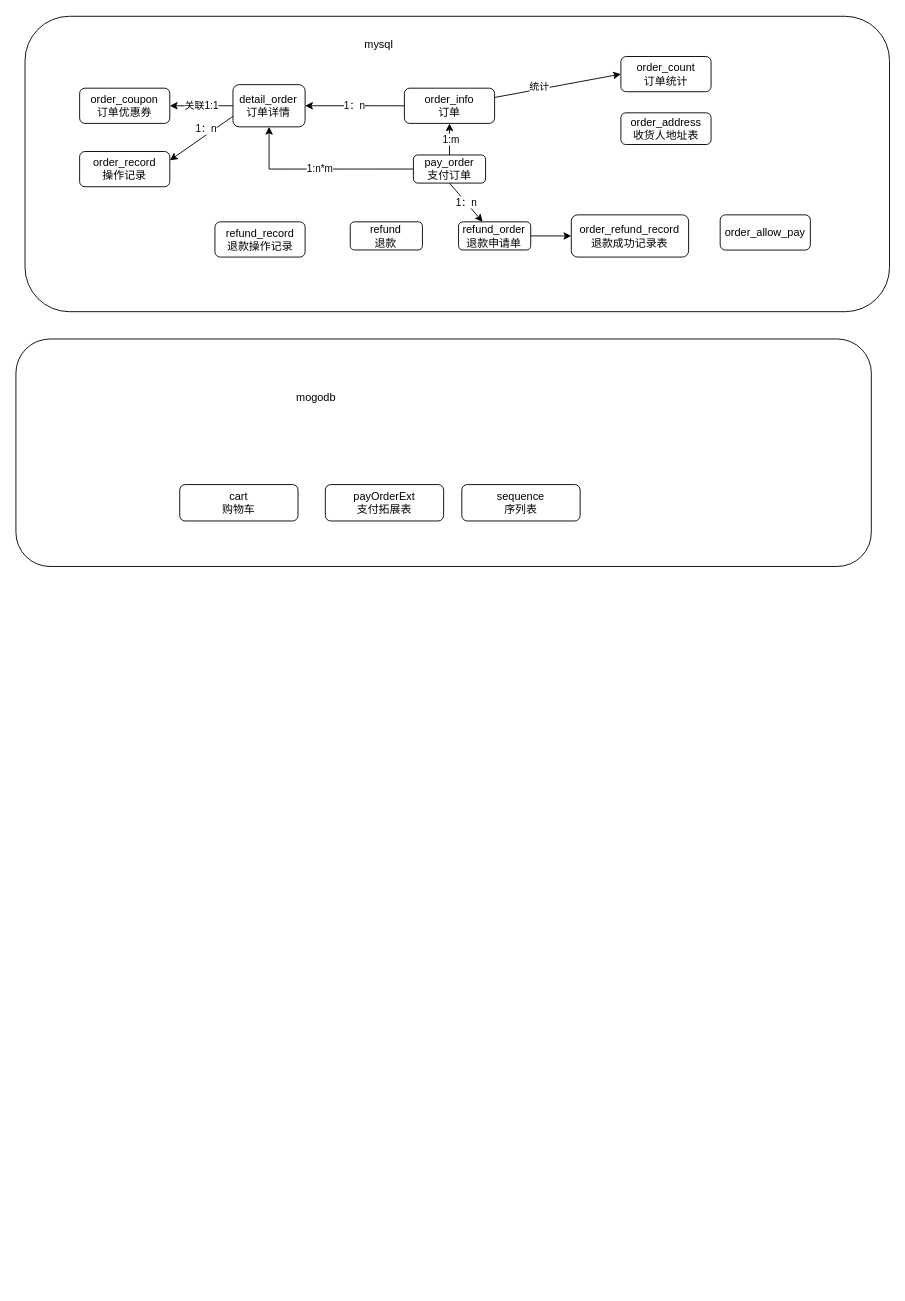
This is work/order-center.drawio from yoghurt326/Myprocess, a draw.io file, before an edit. Source tidied: cells renumbered, new cells numbered last; positions are measured from the earlier drawing's top-left corner, leaving out a move shared by most shapes. Both pictures are drawn from the tidied source at 91%, with x=0, y=0 at pixel (15, 15).
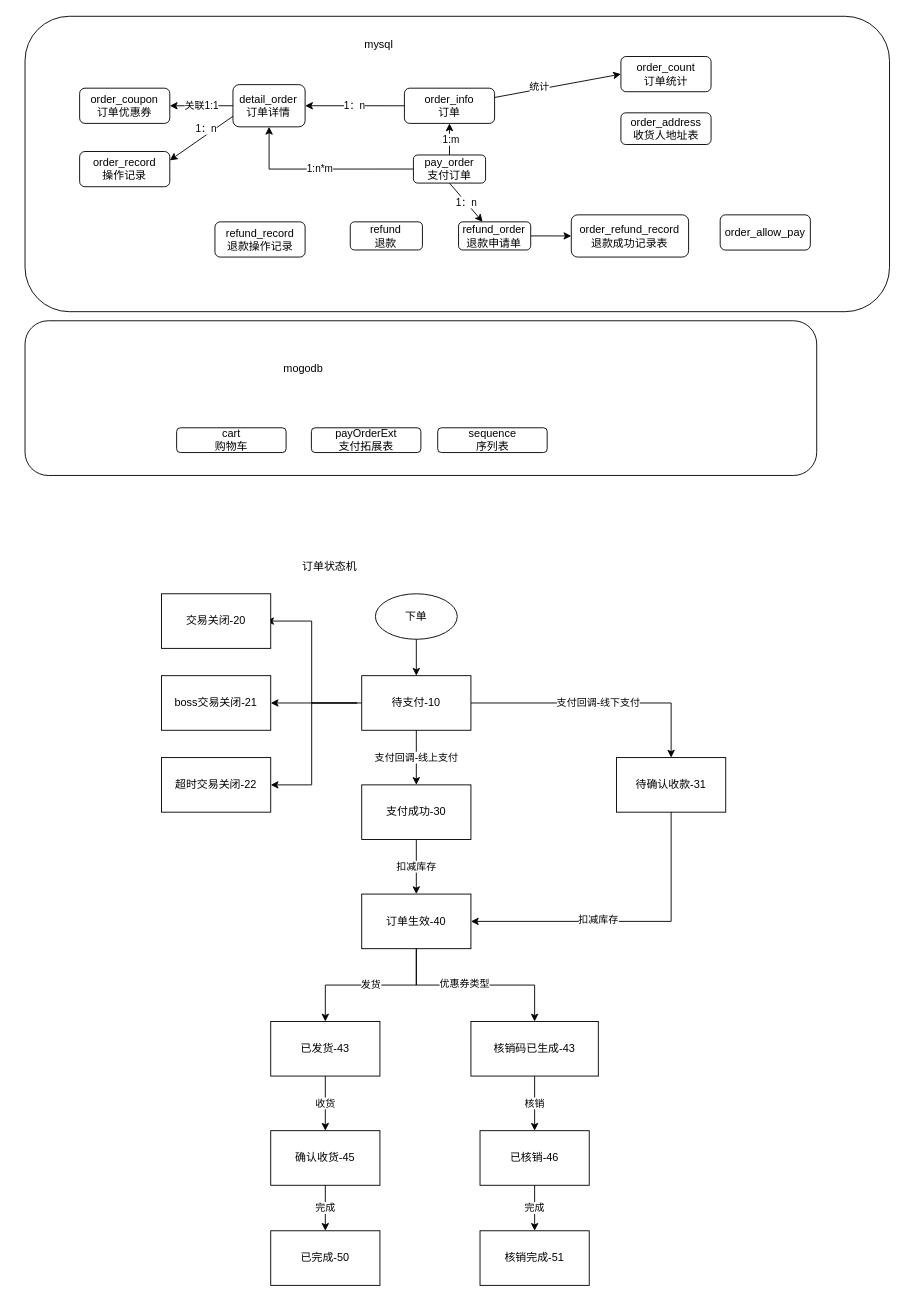
The same page after the edit.

What changed in the source:
```diff
@@
-    <mxCell id="2" style="rounded=1;whiteSpace=wrap;html=1;" parent="1" vertex="1">
-      <mxGeometry y="355" width="940" height="250" as="geometry" />
-    </mxCell>
@@
+    <mxCell id="33" style="group;" parent="1" vertex="1">
+      <mxGeometry x="10" y="335" width="870" height="170" as="geometry" />
+    </mxCell>
+    <mxCell id="2" style="rounded=1;whiteSpace=wrap;html=1;" parent="33" vertex="1">
+      <mxGeometry width="870" height="170" as="geometry" />
+    </mxCell>
-    <mxCell id="29" value="cart&lt;br&gt;购物车" style="rounded=1;whiteSpace=wrap;html=1;" parent="1" vertex="1">
-      <mxGeometry x="180" y="515" width="130" height="40" as="geometry" />
+    <mxCell id="29" value="cart&lt;br&gt;购物车" style="rounded=1;whiteSpace=wrap;html=1;" parent="33" vertex="1">
+      <mxGeometry x="166.6" y="117.6" width="120.3" height="27.2" as="geometry" />
     </mxCell>
-    <mxCell id="30" value="payOrderExt&lt;br&gt;支付拓展表" style="rounded=1;whiteSpace=wrap;html=1;" parent="1" vertex="1">
-      <mxGeometry x="340" y="515" width="130" height="40" as="geometry" />
+    <mxCell id="30" value="payOrderExt&lt;br&gt;支付拓展表" style="rounded=1;whiteSpace=wrap;html=1;" parent="33" vertex="1">
+      <mxGeometry x="314.7" y="117.6" width="120.3" height="27.2" as="geometry" />
     </mxCell>
-    <mxCell id="31" value="sequence&lt;br&gt;序列表" style="rounded=1;whiteSpace=wrap;html=1;" parent="1" vertex="1">
-      <mxGeometry x="490" y="515" width="130" height="40" as="geometry" />
+    <mxCell id="31" value="sequence&lt;br&gt;序列表" style="rounded=1;whiteSpace=wrap;html=1;" parent="33" vertex="1">
+      <mxGeometry x="453.5" y="117.6" width="120.3" height="27.2" as="geometry" />
     </mxCell>
-    <mxCell id="32" value="mogodb" style="text;html=1;strokeColor=none;fillColor=none;align=center;verticalAlign=middle;whiteSpace=wrap;rounded=0;" parent="1" vertex="1">
-      <mxGeometry x="300" y="405" width="60" height="30" as="geometry" />
+    <mxCell id="32" value="mogodb" style="text;html=1;strokeColor=none;fillColor=none;align=center;verticalAlign=middle;whiteSpace=wrap;rounded=0;" parent="33" vertex="1">
+      <mxGeometry x="277.7" y="42.8" width="55.5" height="20.4" as="geometry" />
     </mxCell>
+    <mxCell id="34" style="group;" parent="1" vertex="1">
+      <mxGeometry x="160" y="595" width="545" height="800" as="geometry" />
+    </mxCell>
+    <mxCell id="35" value="下单" style="ellipse;whiteSpace=wrap;html=1;" parent="34" vertex="1">
+      <mxGeometry x="235" y="40" width="90" height="50" as="geometry" />
+    </mxCell>
+    <mxCell id="36" style="edgeStyle=orthogonalEdgeStyle;rounded=0;orthogonalLoop=1;jettySize=auto;html=1;" parent="34" edge="1">
+      <mxGeometry relative="1" as="geometry">
+        <mxPoint x="215" y="160" as="sourcePoint" />
+        <mxPoint x="115" y="70" as="targetPoint" />
+        <Array as="points">
+          <mxPoint x="165" y="160" />
+          <mxPoint x="165" y="70" />
+        </Array>
+      </mxGeometry>
+    </mxCell>
+    <mxCell id="37" style="edgeStyle=orthogonalEdgeStyle;rounded=0;jettySize=auto;html=1;entryX=1;entryY=0.5;entryDx=0;entryDy=0;" parent="34" edge="1" target="45">
+      <mxGeometry relative="1" as="geometry">
+        <mxPoint x="215" y="160" as="sourcePoint" />
+        <Array as="points">
+          <mxPoint x="165" y="160" />
+          <mxPoint x="165" y="250" />
+        </Array>
+      </mxGeometry>
+    </mxCell>
+    <mxCell id="38" value="待支付-10" style="whiteSpace=wrap;html=1;" parent="34" vertex="1">
+      <mxGeometry x="220" y="130" width="120" height="60" as="geometry" />
+    </mxCell>
+    <mxCell id="39" style="edgeStyle=orthogonalEdgeStyle;rounded=0;jettySize=auto;html=1;" parent="34" edge="1" source="35" target="38">
+      <mxGeometry relative="1" as="geometry" />
+    </mxCell>
+    <mxCell id="40" value="支付成功-30" style="whiteSpace=wrap;html=1;" parent="34" vertex="1">
+      <mxGeometry x="220" y="250" width="120" height="60" as="geometry" />
+    </mxCell>
+    <mxCell id="41" value="支付回调-线上支付" style="edgeStyle=orthogonalEdgeStyle;rounded=0;jettySize=auto;html=1;" parent="34" edge="1" source="38" target="40">
+      <mxGeometry relative="1" as="geometry" />
+    </mxCell>
+    <mxCell id="42" value="boss交易关闭-21" style="whiteSpace=wrap;html=1;" parent="34" vertex="1">
+      <mxGeometry y="130" width="120" height="60" as="geometry" />
+    </mxCell>
+    <mxCell id="43" style="edgeStyle=orthogonalEdgeStyle;rounded=0;jettySize=auto;html=1;" parent="34" edge="1" source="38" target="42">
+      <mxGeometry relative="1" as="geometry" />
+    </mxCell>
+    <mxCell id="44" value="交易关闭-20" style="whiteSpace=wrap;html=1;" parent="34" vertex="1">
+      <mxGeometry y="40" width="120" height="60" as="geometry" />
+    </mxCell>
+    <mxCell id="45" value="&lt;span&gt;超时交易关闭-22&lt;/span&gt;" style="whiteSpace=wrap;html=1;" parent="34" vertex="1">
+      <mxGeometry y="220" width="120" height="60" as="geometry" />
+    </mxCell>
+    <mxCell id="46" value="订单生效-40" style="whiteSpace=wrap;html=1;" parent="34" vertex="1">
+      <mxGeometry x="220" y="370" width="120" height="60" as="geometry" />
+    </mxCell>
+    <mxCell id="47" value="扣减库存" style="edgeStyle=orthogonalEdgeStyle;rounded=0;jettySize=auto;html=1;" parent="34" edge="1" source="40" target="46">
+      <mxGeometry relative="1" as="geometry" />
+    </mxCell>
+    <mxCell id="48" value="已发货-43" style="whiteSpace=wrap;html=1;" parent="34" vertex="1">
+      <mxGeometry x="120" y="510" width="120" height="60" as="geometry" />
+    </mxCell>
+    <mxCell id="49" value="发货" style="edgeStyle=orthogonalEdgeStyle;rounded=0;jettySize=auto;html=1;" parent="34" edge="1" source="46" target="48">
+      <mxGeometry relative="1" as="geometry" />
+    </mxCell>
+    <mxCell id="50" value="核销码已生成-43" style="whiteSpace=wrap;html=1;" parent="34" vertex="1">
+      <mxGeometry x="340" y="510" width="140" height="60" as="geometry" />
+    </mxCell>
+    <mxCell id="51" style="edgeStyle=orthogonalEdgeStyle;rounded=0;jettySize=auto;html=1;" parent="34" edge="1" source="46" target="50">
+      <mxGeometry relative="1" as="geometry" />
+    </mxCell>
+    <mxCell id="52" value="优惠券类型" style="edgeLabel;html=1;align=center;verticalAlign=middle;" parent="51" vertex="1">
+      <mxGeometry x="-0.12" y="2" relative="1" as="geometry" />
+    </mxCell>
+    <mxCell id="53" value="确认收货-45" style="whiteSpace=wrap;html=1;" parent="34" vertex="1">
+      <mxGeometry x="120" y="630" width="120" height="60" as="geometry" />
+    </mxCell>
+    <mxCell id="54" value="收货" style="edgeStyle=orthogonalEdgeStyle;rounded=0;jettySize=auto;html=1;" parent="34" edge="1" source="48" target="53">
+      <mxGeometry relative="1" as="geometry" />
+    </mxCell>
+    <mxCell id="55" value="已完成-50" style="whiteSpace=wrap;html=1;" parent="34" vertex="1">
+      <mxGeometry x="120" y="740" width="120" height="60" as="geometry" />
+    </mxCell>
+    <mxCell id="56" value="完成" style="edgeStyle=orthogonalEdgeStyle;rounded=0;jettySize=auto;html=1;" parent="34" edge="1" source="53" target="55">
+      <mxGeometry relative="1" as="geometry" />
+    </mxCell>
+    <mxCell id="57" value="已核销-46" style="whiteSpace=wrap;html=1;" parent="34" vertex="1">
+      <mxGeometry x="350" y="630" width="120" height="60" as="geometry" />
+    </mxCell>
+    <mxCell id="58" value="核销" style="edgeStyle=orthogonalEdgeStyle;rounded=0;jettySize=auto;html=1;" parent="34" edge="1" source="50" target="57">
+      <mxGeometry relative="1" as="geometry" />
+    </mxCell>
+    <mxCell id="59" value="核销完成-51" style="whiteSpace=wrap;html=1;" parent="34" vertex="1">
+      <mxGeometry x="350" y="740" width="120" height="60" as="geometry" />
+    </mxCell>
+    <mxCell id="60" value="完成" style="edgeStyle=orthogonalEdgeStyle;rounded=0;jettySize=auto;html=1;" parent="34" edge="1" source="57" target="59">
+      <mxGeometry relative="1" as="geometry" />
+    </mxCell>
+    <mxCell id="61" value="订单状态机" style="text;html=1;strokeColor=none;fillColor=none;align=center;verticalAlign=middle;whiteSpace=wrap;rounded=0;" parent="34" vertex="1">
+      <mxGeometry x="140" width="90" height="20" as="geometry" />
+    </mxCell>
+    <mxCell id="62" value="待确认收款-31" style="whiteSpace=wrap;html=1;" parent="1" vertex="1">
+      <mxGeometry x="660" y="815" width="120" height="60" as="geometry" />
+    </mxCell>
+    <mxCell id="63" value="支付回调-线下支付" style="edgeStyle=orthogonalEdgeStyle;rounded=0;jettySize=auto;html=1;entryX=0.5;entryY=0;entryDx=0;entryDy=0;" parent="1" edge="1" source="38" target="62">
+      <mxGeometry relative="1" as="geometry" />
+    </mxCell>
+    <mxCell id="64" style="edgeStyle=orthogonalEdgeStyle;rounded=0;jettySize=auto;html=1;exitX=0.5;exitY=1;exitDx=0;exitDy=0;entryX=1;entryY=0.5;entryDx=0;entryDy=0;" parent="1" edge="1" source="62" target="46">
+      <mxGeometry relative="1" as="geometry" />
+    </mxCell>
+    <mxCell id="65" value="扣减库存" style="edgeLabel;html=1;align=center;verticalAlign=middle;" parent="64" vertex="1">
+      <mxGeometry x="0.18" y="-3" relative="1" as="geometry" />
+    </mxCell>
```
